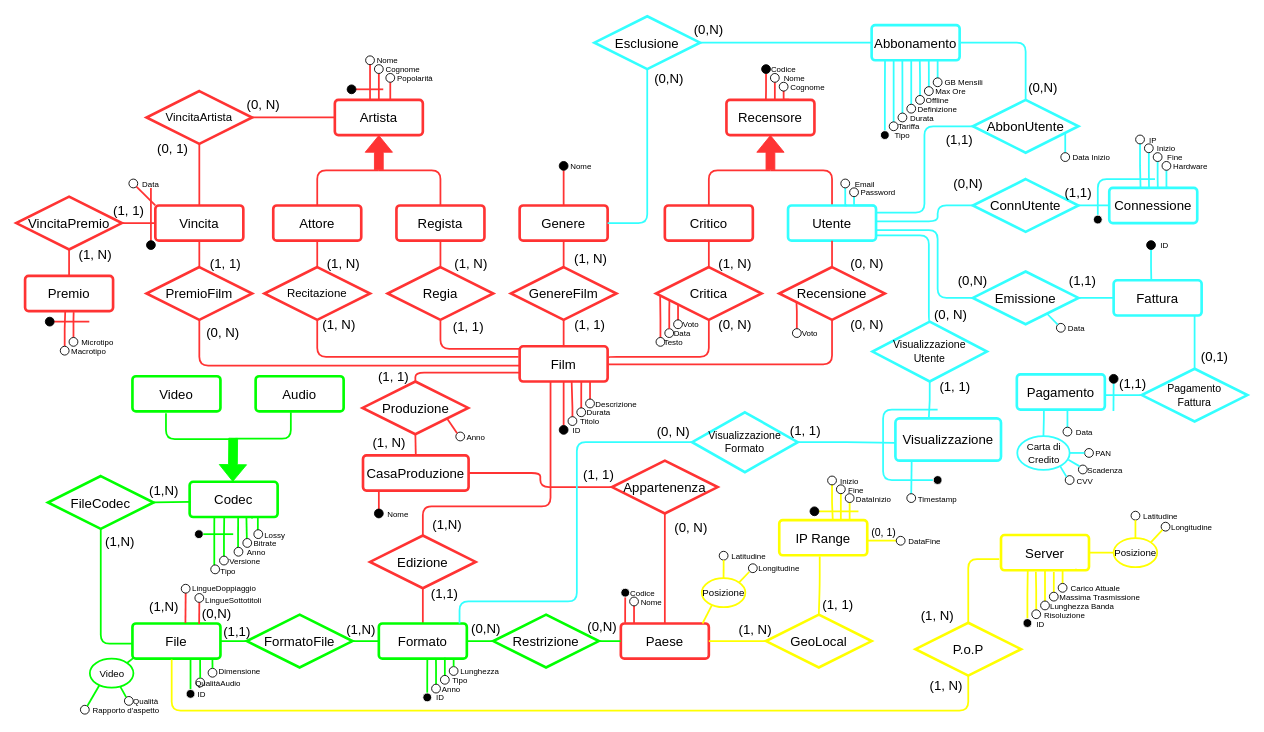
Richie314/FilmSphere keeps this draw.io diagram as page "ER - da ristrutturare" (1 of 2) of ER.drawio. Above is the earlier version. Source tidied: cells renumbered, new cells numbered last; positions are measured from the earlier drawing's top-left corner, leaving out a move shared by most shapes. Both pictures are drawn from the tidied source at 88%, with x=0, y=0 at pixel (-128, 16).
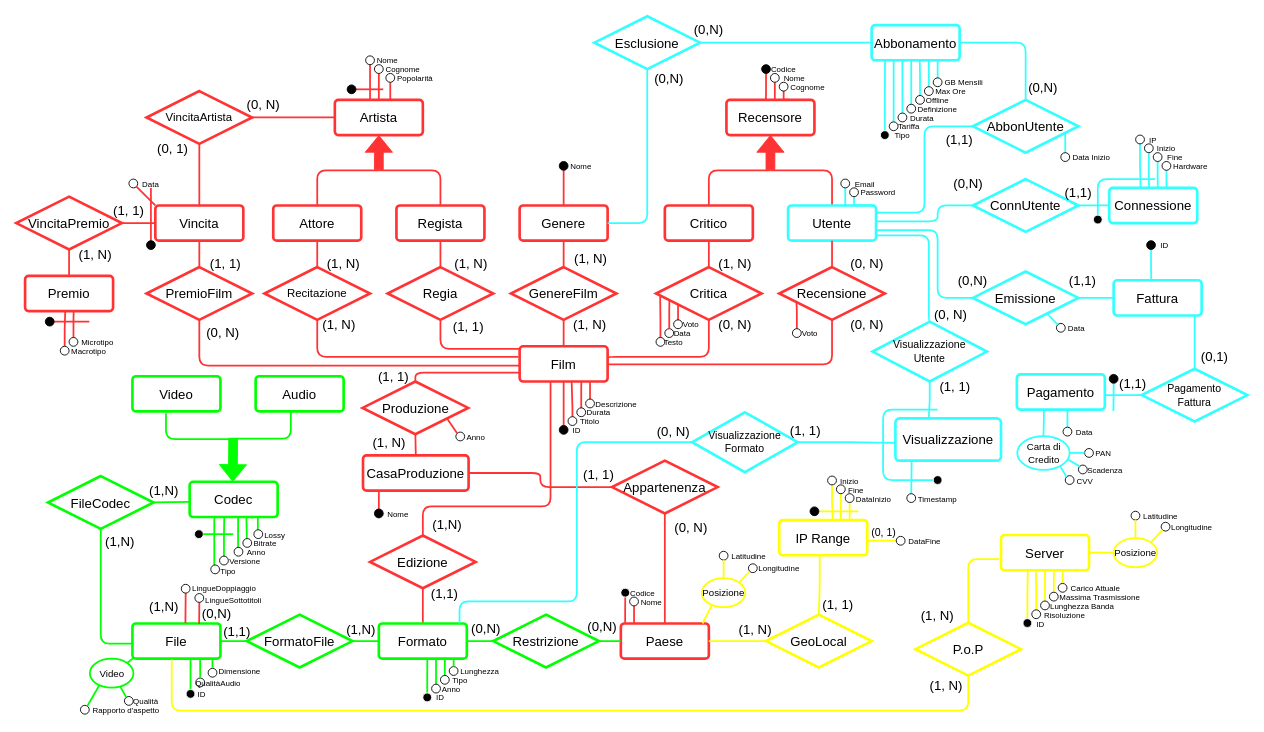
Above is the later version.

Diff of the diagram source:
```diff
@@
-    <mxCell id="29" value="&lt;font style=&quot;font-size: 15px;&quot;&gt;(1, 1)&lt;/font&gt;" style="text;html=1;strokeColor=none;fillColor=none;align=center;verticalAlign=middle;whiteSpace=wrap;rounded=0;" parent="1" vertex="1">
+    <mxCell id="29" value="&lt;font style=&quot;font-size: 15px;&quot;&gt;(1, N)&lt;/font&gt;" style="text;html=1;strokeColor=none;fillColor=none;align=center;verticalAlign=middle;whiteSpace=wrap;rounded=0;" parent="1" vertex="1">
       <mxGeometry x="785" y="335" width="60" height="30" as="geometry" />
     </mxCell>
```
